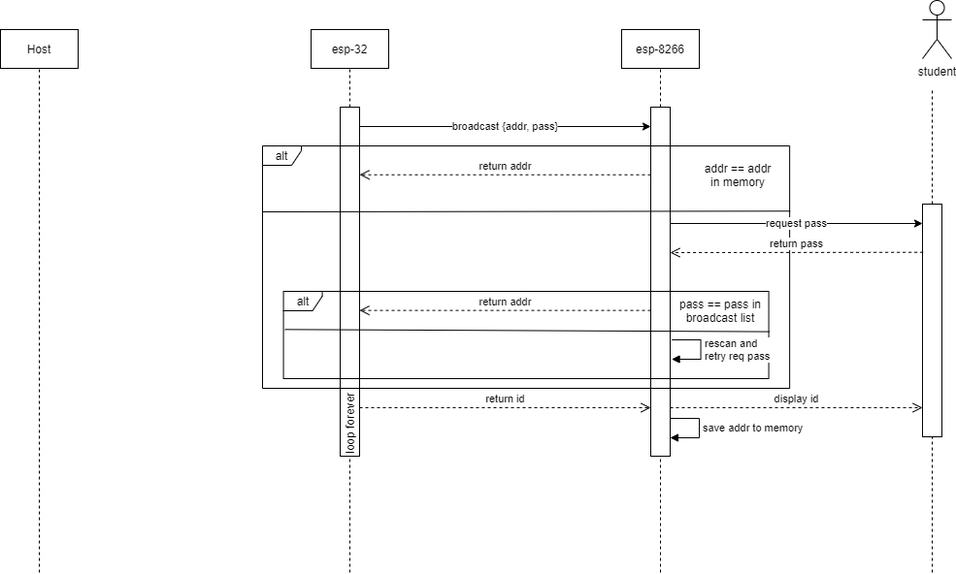
Earlier version of the draw.io export ServerClientProtocol.png (Viquiz/ServerClientProtocol). Source tidied: cells renumbered, new cells last; positions are measured from the earlier drawing's top-left corner, leaving out a move shared by most shapes.
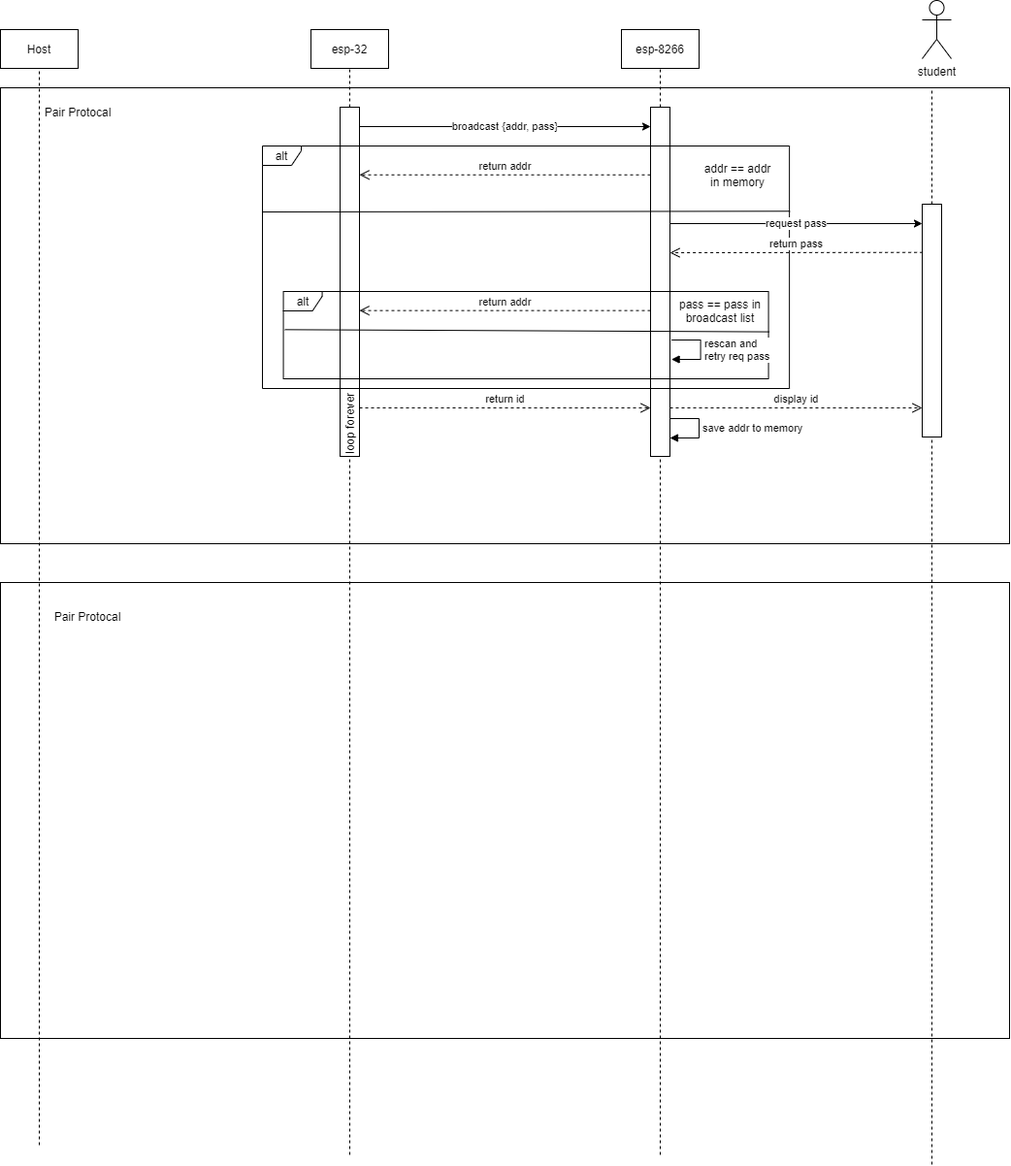
Later version of the same file.

Change to the diagram source:
```diff
@@ -2,6 +2,12 @@
   <root>
     <mxCell id="0" />
     <mxCell id="1" parent="0" />
+    <mxCell id="30" style="rounded=0;whiteSpace=wrap;html=1;" parent="1" vertex="1">
+      <mxGeometry y="600" width="1040" height="470" as="geometry" />
+    </mxCell>
+    <mxCell id="31" style="rounded=0;whiteSpace=wrap;html=1;" parent="1" vertex="1">
+      <mxGeometry y="90" width="1040" height="470" as="geometry" />
+    </mxCell>
     <mxCell id="2" value="Host" style="rounded=0;whiteSpace=wrap;html=1;" parent="1" vertex="1">
       <mxGeometry y="30" width="80" height="40" as="geometry" />
     </mxCell>
@@ -10,12 +16,12 @@
     </mxCell>
     <mxCell id="4" style="endArrow=none;dashed=1;html=1;entryX=0.5;entryY=1;entryDx=0;entryDy=0;" parent="1" edge="1" target="2">
       <mxGeometry relative="1" as="geometry">
-        <mxPoint x="40" y="590" as="sourcePoint" />
+        <mxPoint x="40" y="1180" as="sourcePoint" />
       </mxGeometry>
     </mxCell>
     <mxCell id="5" style="endArrow=none;dashed=1;html=1;entryX=0.5;entryY=1;entryDx=0;entryDy=0;" parent="1" edge="1" target="3">
       <mxGeometry relative="1" as="geometry">
-        <mxPoint x="360" y="590" as="sourcePoint" />
+        <mxPoint x="360" y="1190" as="sourcePoint" />
       </mxGeometry>
     </mxCell>
     <mxCell id="6" value="esp-8266" style="rounded=0;whiteSpace=wrap;html=1;" parent="1" vertex="1">
@@ -26,7 +32,7 @@
     </mxCell>
     <mxCell id="8" style="endArrow=none;dashed=1;html=1;entryX=0.5;entryY=1;entryDx=0;entryDy=0;" parent="1" edge="1" target="6">
       <mxGeometry relative="1" as="geometry">
-        <mxPoint x="680" y="590" as="sourcePoint" />
+        <mxPoint x="680" y="1190" as="sourcePoint" />
       </mxGeometry>
     </mxCell>
     <mxCell id="9" value="save addr to memory" style="edgeStyle=orthogonalEdgeStyle;html=1;align=left;spacingLeft=2;endArrow=block;rounded=0;" parent="1" edge="1">
@@ -69,7 +75,7 @@
     </mxCell>
     <mxCell id="17" style="endArrow=none;dashed=1;html=1;" parent="1" edge="1" target="16">
       <mxGeometry relative="1" as="geometry">
-        <mxPoint x="960" y="590" as="sourcePoint" />
+        <mxPoint x="960" y="1200" as="sourcePoint" />
       </mxGeometry>
     </mxCell>
     <mxCell id="18" value="return id" style="html=1;verticalAlign=bottom;endArrow=open;dashed=1;endSize=8;" parent="1" edge="1">
@@ -129,5 +135,11 @@
         <mxPoint x="690" y="260.1" as="targetPoint" />
       </mxGeometry>
     </mxCell>
+    <mxCell id="32" value="Pair Protocal" style="text;html=1;strokeColor=none;fillColor=none;align=center;verticalAlign=middle;whiteSpace=wrap;rounded=0;" parent="1" vertex="1">
+      <mxGeometry y="90" width="160" height="50" as="geometry" />
+    </mxCell>
+    <mxCell id="33" value="Pair Protocal" style="text;html=1;strokeColor=none;fillColor=none;align=center;verticalAlign=middle;whiteSpace=wrap;rounded=0;" parent="1" vertex="1">
+      <mxGeometry x="10" y="610" width="160" height="50" as="geometry" />
+    </mxCell>
   </root>
 </mxGraphModel>
```
